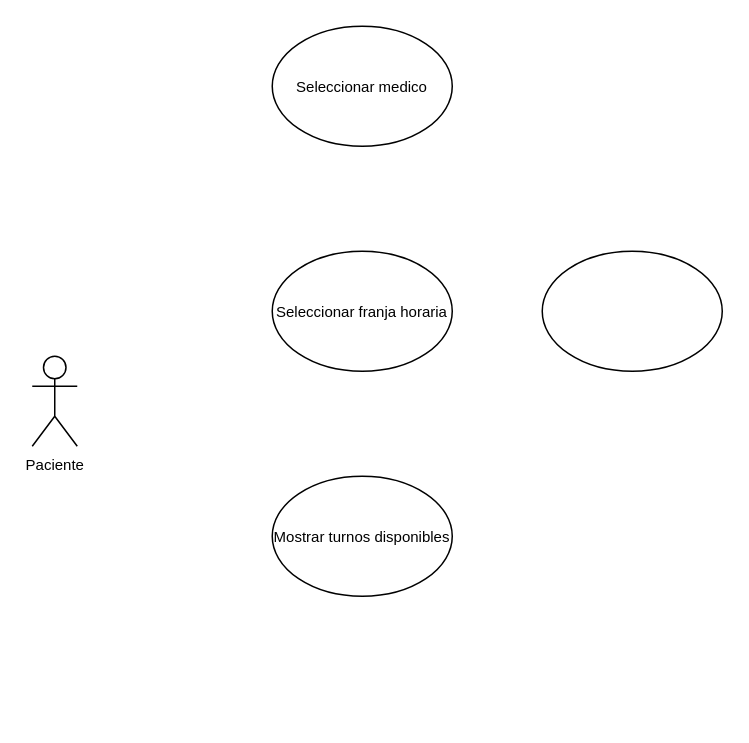
Before: diagrama/Untitled Diagram.drawio in LucasTandil01/TurnoFacil, a draw.io diagram. Source tidied: cells renumbered, new cells numbered last; positions are measured from the earlier drawing's top-left corner, leaving out a move shared by most shapes. Both pictures are drawn from the tidied source at 150%, with x=0, y=0 at pixel (32, 26).
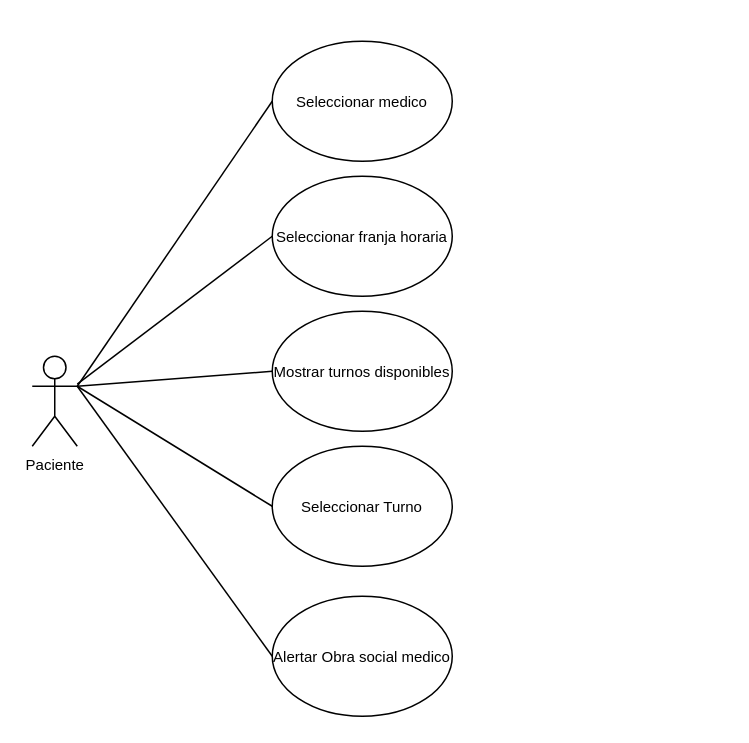
Above is the later version.

Commit message:
Diagrama Casos de Usos v0.1.drawio

Diff of the diagram source:
```diff
@@
 <mxGraphModel>
   <root>
     <mxCell id="0" />
     <mxCell id="1" parent="0" />
     <mxCell id="2" value="Paciente" style="shape=umlActor;verticalLabelPosition=bottom;verticalAlign=top;html=1;outlineConnect=0;fontFamily=Helvetica;fontSize=10;" parent="1" vertex="1">
       <mxGeometry y="220" width="30" height="60" as="geometry" />
     </mxCell>
     <mxCell id="3" value="Seleccionar medico" style="ellipse;whiteSpace=wrap;html=1;fontFamily=Helvetica;fontSize=10;" parent="1" vertex="1">
-      <mxGeometry x="160" width="120" height="80" as="geometry" />
+      <mxGeometry x="160" y="10" width="120" height="80" as="geometry" />
     </mxCell>
     <mxCell id="4" value="Seleccionar franja horaria" style="ellipse;whiteSpace=wrap;html=1;fontFamily=Helvetica;fontSize=10;" parent="1" vertex="1">
-      <mxGeometry x="160" y="150" width="120" height="80" as="geometry" />
+      <mxGeometry x="160" y="100" width="120" height="80" as="geometry" />
     </mxCell>
     <mxCell id="5" value="Mostrar turnos disponibles" style="ellipse;whiteSpace=wrap;html=1;fontFamily=Helvetica;fontSize=10;" parent="1" vertex="1">
-      <mxGeometry x="160" y="300" width="120" height="80" as="geometry" />
+      <mxGeometry x="160" y="190" width="120" height="80" as="geometry" />
     </mxCell>
-    <mxCell id="6" style="ellipse;whiteSpace=wrap;html=1;fontFamily=Helvetica;fontSize=10;" parent="1" vertex="1">
-      <mxGeometry x="340" y="150" width="120" height="80" as="geometry" />
+    <mxCell id="6" value="Seleccionar Turno" style="ellipse;whiteSpace=wrap;html=1;fontFamily=Helvetica;fontSize=10;" parent="1" vertex="1">
+      <mxGeometry x="160" y="280" width="120" height="80" as="geometry" />
     </mxCell>
+    <mxCell id="7" value="Alertar Obra social medico" style="ellipse;whiteSpace=wrap;html=1;fontFamily=Helvetica;fontSize=10;" parent="1" vertex="1">
+      <mxGeometry x="160" y="380" width="120" height="80" as="geometry" />
+    </mxCell>
+    <mxCell id="8" style="endArrow=none;html=1;rounded=0;entryX=0;entryY=0.5;entryDx=0;entryDy=0;" parent="1" edge="1" target="3">
+      <mxGeometry relative="1" as="geometry">
+        <mxPoint x="30" y="240" as="sourcePoint" />
+      </mxGeometry>
+    </mxCell>
+    <mxCell id="9" style="endArrow=none;html=1;rounded=0;entryX=0;entryY=0.5;entryDx=0;entryDy=0;" parent="1" edge="1" source="2" target="4">
+      <mxGeometry relative="1" as="geometry" />
+    </mxCell>
+    <mxCell id="10" style="endArrow=none;html=1;rounded=0;entryX=0;entryY=0.5;entryDx=0;entryDy=0;" parent="1" edge="1" target="5">
+      <mxGeometry relative="1" as="geometry">
+        <mxPoint x="30" y="240" as="sourcePoint" />
+      </mxGeometry>
+    </mxCell>
+    <mxCell id="11" style="endArrow=none;html=1;rounded=0;entryX=0;entryY=0.5;entryDx=0;entryDy=0;exitX=1;exitY=0.3333333333333333;exitDx=0;exitDy=0;exitPerimeter=0;" parent="1" edge="1" source="2" target="6">
+      <mxGeometry relative="1" as="geometry" />
+    </mxCell>
+    <mxCell id="12" style="endArrow=none;html=1;rounded=0;entryX=0;entryY=0.5;entryDx=0;entryDy=0;exitX=1;exitY=0.3333333333333333;exitDx=0;exitDy=0;exitPerimeter=0;" parent="1" edge="1" source="2" target="7">
+      <mxGeometry relative="1" as="geometry" />
+    </mxCell>
   </root>
 </mxGraphModel>
```
